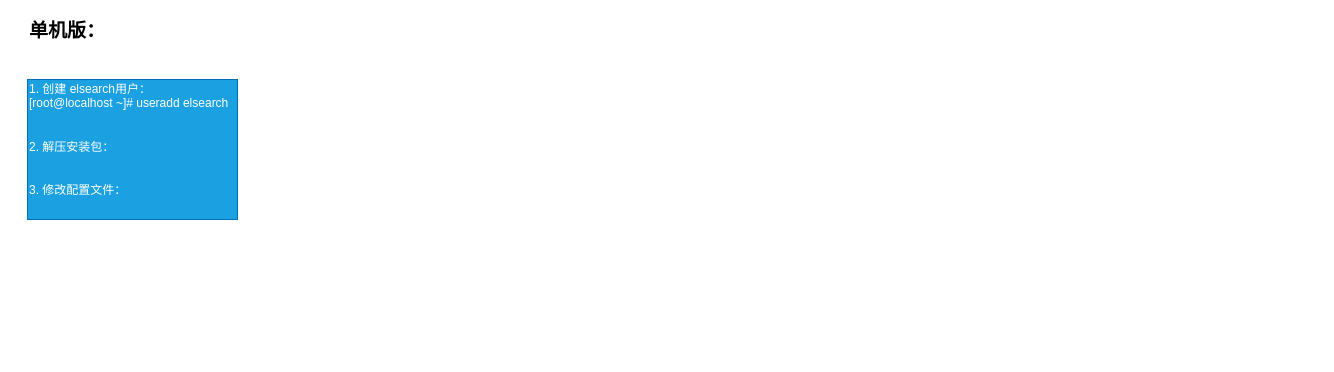
liudongdong0909/draw keeps this draw.io diagram as page "ELK" (3 of 5) of CI/CI/CDdrawio.drawio. Above is the earlier version. Source tidied: cells renumbered, new cells numbered last; positions are measured from the earlier drawing's top-left corner, leaving out a move shared by most shapes. Both pictures are drawn from the tidied source at 100%, with x=0, y=0 at pixel (27, 17).
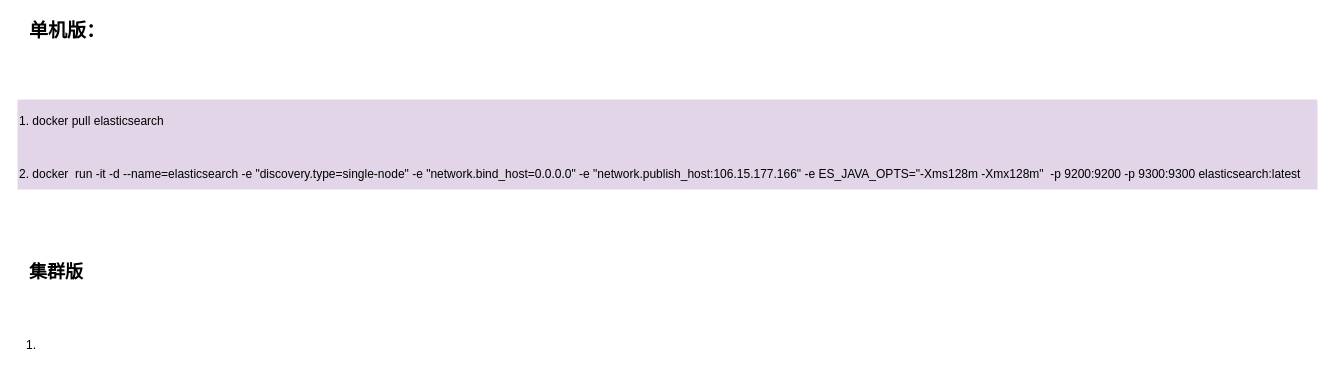
Above is the later version.

What changed in the source:
```diff
@@
 <mxGraphModel>
   <root>
     <mxCell id="0" />
     <mxCell id="1" parent="0" />
     <mxCell id="2" value="&lt;b&gt;&lt;font style=&quot;font-size: 19px&quot;&gt;单机版：&lt;/font&gt;&lt;/b&gt;" style="text;html=1;align=left;verticalAlign=top;spacingTop=-4;" parent="1" vertex="1">
       <mxGeometry width="90" height="20" as="geometry" />
     </mxCell>
-    <mxCell id="3" value="1. 创建 elsearch用户：&lt;br&gt;[root@localhost ~]# useradd elsearch&lt;br&gt;&lt;br&gt;&lt;br&gt;2. 解压安装包：&lt;br&gt;&lt;br&gt;&lt;br&gt;3. 修改配置文件：&lt;br&gt;&lt;br&gt;&lt;br&gt;" style="text;html=1;align=left;verticalAlign=top;spacingTop=-4;strokeColor=#006EAF;fillColor=#1ba1e2;fontColor=#ffffff;" parent="1" vertex="1">
-      <mxGeometry y="62" width="210" height="140" as="geometry" />
+    <mxCell id="3" value="&lt;div title=&quot;Page 6&quot;&gt;&lt;p&gt;&lt;span&gt;&lt;font&gt;1. docker pull elasticsearch&lt;/font&gt;&lt;/span&gt;&lt;/p&gt;&lt;p&gt;&lt;span&gt;&lt;font&gt;&lt;br&gt;&lt;/font&gt;&lt;/span&gt;&lt;/p&gt;&lt;p&gt;&lt;font&gt;&lt;span&gt;2.&amp;nbsp;&lt;/span&gt;&lt;/font&gt;&lt;span&gt;docker&amp;nbsp; run -it -d --name=elasticsearch -e &quot;discovery.type=single-node&quot; -e &quot;network.bind_host=0.0.0.0&quot; -e &quot;network.publish_host:106.15.177.166&quot; -e&amp;nbsp;&lt;/span&gt;&lt;span&gt;ES_JAVA_OPTS=&lt;/span&gt;&lt;span&gt;&quot;-Xms128m -Xmx128m&quot;&lt;/span&gt;&lt;span&gt;&amp;nbsp;&amp;nbsp;-p 9200:9200 -p 9300:9300 elasticsearch:latest&lt;/span&gt;&lt;/p&gt;&lt;/div&gt;" style="text;html=1;align=left;verticalAlign=top;spacingTop=-4;strokeColor=none;fillColor=#E1D5E7;fontColor=#000000;" parent="1" vertex="1">
+      <mxGeometry x="-10" y="82" width="1300" height="90" as="geometry" />
     </mxCell>
+    <mxCell id="4" value="&lt;b&gt;&lt;font style=&quot;font-size: 18px&quot;&gt;集群版&lt;/font&gt;&lt;/b&gt;" style="text;html=1;align=left;verticalAlign=top;spacingTop=-4;fontColor=#000000;" parent="1" vertex="1">
+      <mxGeometry y="242" width="70" height="20" as="geometry" />
+    </mxCell>
+    <mxCell id="5" value="1.&amp;nbsp;" style="text;html=1;align=left;verticalAlign=top;spacingTop=-4;fontColor=#000000;" parent="1" vertex="1">
+      <mxGeometry x="-3" y="318" width="30" height="20" as="geometry" />
+    </mxCell>
   </root>
 </mxGraphModel>
```
